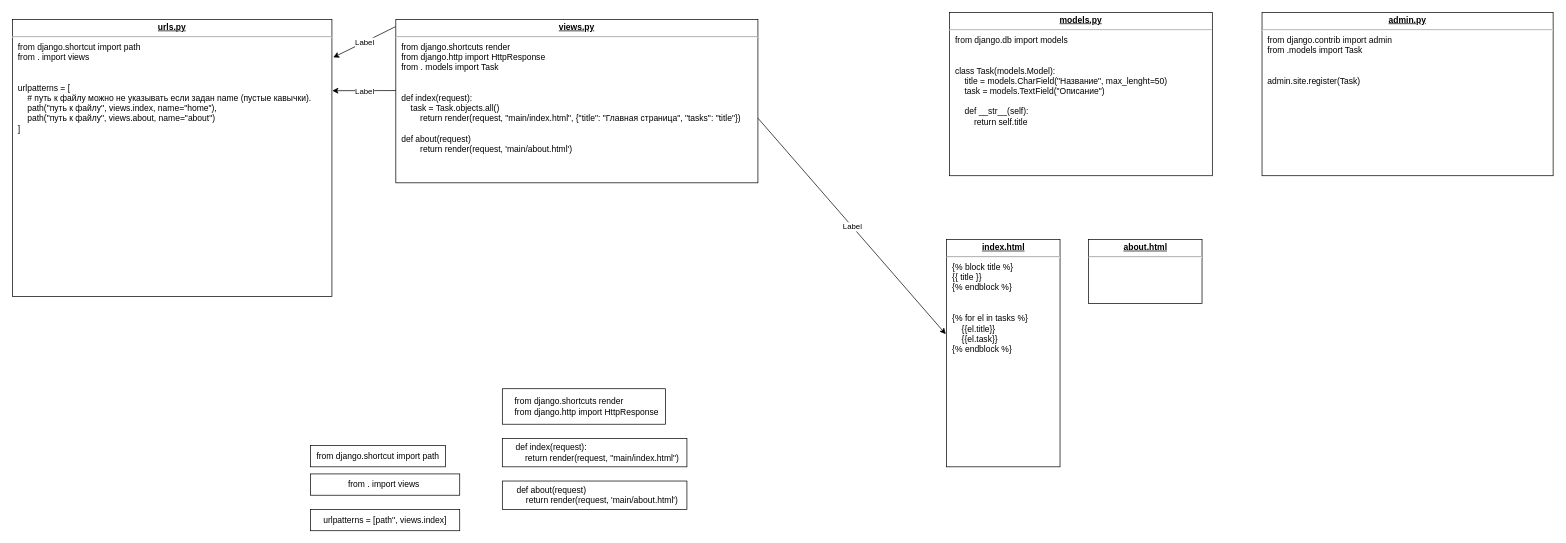
Above: django_sheme.drawio in lattecoff/django_website (draw.io), before the change. Source tidied: cells renumbered, new cells numbered last; positions are measured from the earlier drawing's top-left corner, leaving out a move shared by most shapes. Both pictures are drawn from the tidied source at 71%, with x=0, y=0 at pixel (12, 12).
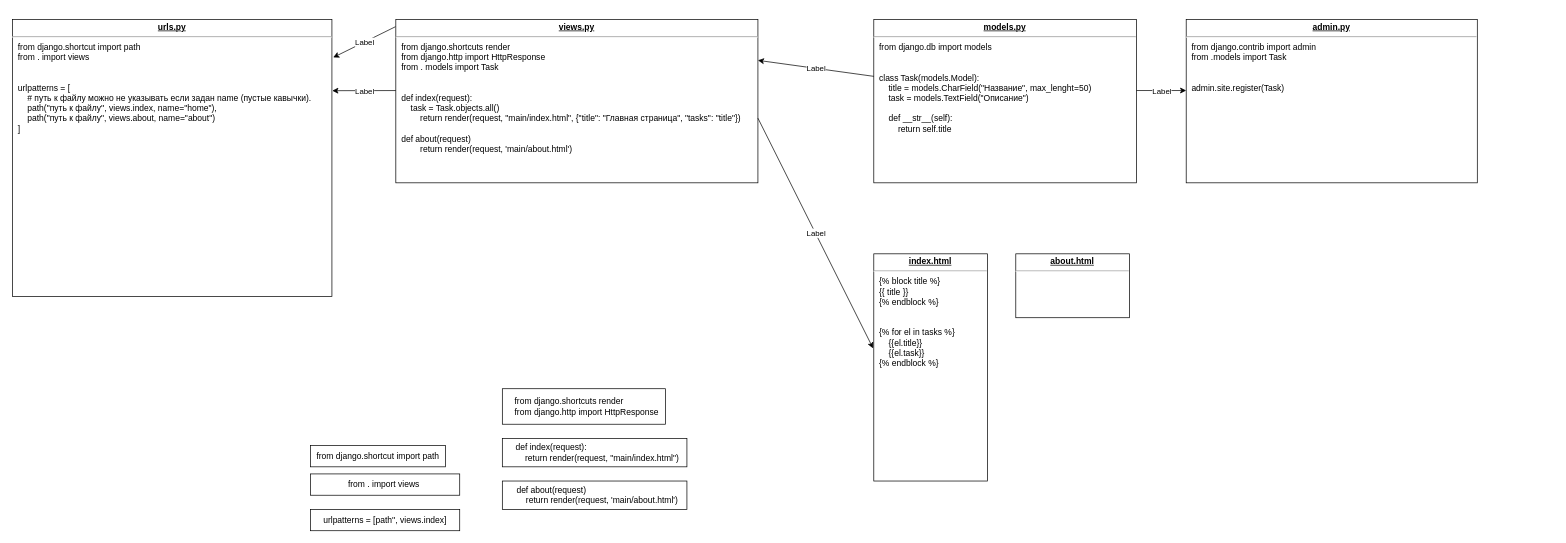
After the change.

Unchanged cells that the change refers to:
```xml
<mxCell id="3" value="&lt;p style=&quot;margin:0px;margin-top:4px;text-align:center;text-decoration:underline;&quot;&gt;&lt;b&gt;views.py&lt;/b&gt;&lt;/p&gt;&lt;hr&gt;&lt;p style=&quot;margin:0px;margin-left:8px;&quot;&gt;from django.shortcuts render&lt;/p&gt;&lt;p style=&quot;margin:0px;margin-left:8px;&quot;&gt;from django.http import HttpResponse&lt;/p&gt;&lt;p style=&quot;margin:0px;margin-left:8px;&quot;&gt;from . models import Task&lt;/p&gt;&lt;p style=&quot;margin:0px;margin-left:8px;&quot;&gt;&lt;br&gt;&lt;/p&gt;&lt;p style=&quot;margin:0px;margin-left:8px;&quot;&gt;&lt;br&gt;&lt;/p&gt;&lt;p style=&quot;margin:0px;margin-left:8px;&quot;&gt;def index(request):&lt;/p&gt;&lt;p style=&quot;margin:0px;margin-left:8px;&quot;&gt;&amp;nbsp; &amp;nbsp; task = Task.objects.all()&lt;/p&gt;&lt;p style=&quot;margin:0px;margin-left:8px;&quot;&gt;&lt;span style=&quot;white-space: pre;&quot;&gt;&#9;&lt;/span&gt;return render(request, &quot;main/index.html&quot;, {&quot;title&quot;: &quot;Главная страница&quot;, &quot;tasks&quot;: &quot;title&quot;})&lt;br&gt;&lt;/p&gt;&lt;p style=&quot;margin:0px;margin-left:8px;&quot;&gt;&lt;br&gt;&lt;/p&gt;&lt;p style=&quot;margin:0px;margin-left:8px;&quot;&gt;def about(request)&lt;/p&gt;&lt;p style=&quot;margin:0px;margin-left:8px;&quot;&gt;&lt;span style=&quot;white-space: pre;&quot;&gt;&#9;&lt;/span&gt;return render(request, 'main/about.html')&lt;br&gt;&lt;/p&gt;&lt;p style=&quot;margin:0px;margin-left:8px;&quot;&gt;&lt;br&gt;&lt;/p&gt;&lt;p style=&quot;margin:0px;margin-left:8px;&quot;&gt;&lt;br&gt;&lt;/p&gt;&lt;p style=&quot;margin:0px;margin-left:8px;&quot;&gt;&lt;br&gt;&lt;/p&gt;" style="verticalAlign=top;align=left;overflow=fill;fontSize=12;fontFamily=Helvetica;html=1;whiteSpace=wrap;" parent="1" vertex="1">
  <mxGeometry x="540" y="10" width="510" height="230" as="geometry" />
</mxCell>
```

Change to the diagram source:
```diff
@@
     <mxCell id="6" value="&lt;p style=&quot;margin:0px;margin-top:4px;text-align:center;text-decoration:underline;&quot;&gt;&lt;b&gt;index.html&lt;/b&gt;&lt;/p&gt;&lt;hr&gt;&lt;p style=&quot;margin:0px;margin-left:8px;&quot;&gt;{% block title %}&lt;/p&gt;&lt;p style=&quot;margin:0px;margin-left:8px;&quot;&gt;{{ title }}&lt;/p&gt;&lt;p style=&quot;margin:0px;margin-left:8px;&quot;&gt;{% endblock %}&lt;/p&gt;&lt;p style=&quot;margin:0px;margin-left:8px;&quot;&gt;&lt;br&gt;&lt;/p&gt;&lt;p style=&quot;margin:0px;margin-left:8px;&quot;&gt;&lt;br&gt;&lt;/p&gt;&lt;p style=&quot;margin:0px;margin-left:8px;&quot;&gt;{% for el in tasks %}&lt;/p&gt;&lt;p style=&quot;margin:0px;margin-left:8px;&quot;&gt;&lt;span style=&quot;background-color: initial;&quot;&gt;&amp;nbsp; &amp;nbsp; {{el.title}}&lt;/span&gt;&lt;br&gt;&lt;/p&gt;&lt;p style=&quot;margin:0px;margin-left:8px;&quot;&gt;&lt;span style=&quot;background-color: initial;&quot;&gt;&amp;nbsp; &amp;nbsp; {{el.task}}&lt;/span&gt;&lt;/p&gt;&lt;p style=&quot;margin:0px;margin-left:8px;&quot;&gt;{% endblock %}&lt;/p&gt;" style="verticalAlign=top;align=left;overflow=fill;fontSize=12;fontFamily=Helvetica;html=1;whiteSpace=wrap;" parent="1" vertex="1">
-      <mxGeometry x="1315.5" y="320" width="160" height="320" as="geometry" />
+      <mxGeometry x="1213.2" y="340" width="160" height="320" as="geometry" />
     </mxCell>
     <mxCell id="7" value="&lt;p style=&quot;margin:0px;margin-top:4px;text-align:center;text-decoration:underline;&quot;&gt;&lt;b&gt;about.html&lt;/b&gt;&lt;/p&gt;&lt;hr&gt;&lt;p style=&quot;margin:0px;margin-left:8px;&quot;&gt;&lt;br&gt;&lt;/p&gt;" style="verticalAlign=top;align=left;overflow=fill;fontSize=12;fontFamily=Helvetica;html=1;whiteSpace=wrap;" parent="1" vertex="1">
-      <mxGeometry x="1515.5" y="320" width="160" height="90" as="geometry" />
+      <mxGeometry x="1413.2" y="340" width="160" height="90" as="geometry" />
     </mxCell>
@@
     <mxCell id="16" value="&lt;p style=&quot;margin:0px;margin-top:4px;text-align:center;text-decoration:underline;&quot;&gt;&lt;b&gt;models.py&lt;/b&gt;&lt;/p&gt;&lt;hr&gt;&lt;p style=&quot;margin:0px;margin-left:8px;&quot;&gt;from django.db import models&lt;/p&gt;&lt;p style=&quot;margin:0px;margin-left:8px;&quot;&gt;&lt;br&gt;&lt;/p&gt;&lt;p style=&quot;margin:0px;margin-left:8px;&quot;&gt;&lt;br&gt;&lt;/p&gt;&lt;p style=&quot;margin:0px;margin-left:8px;&quot;&gt;class Task(models.Model):&lt;/p&gt;&lt;p style=&quot;margin:0px;margin-left:8px;&quot;&gt;&amp;nbsp; &amp;nbsp; title = models.CharField(&quot;Название&quot;, max_lenght=50)&lt;/p&gt;&lt;p style=&quot;margin:0px;margin-left:8px;&quot;&gt;&amp;nbsp; &amp;nbsp; task = models.TextField(&quot;Описание&quot;)&lt;/p&gt;&lt;p style=&quot;margin:0px;margin-left:8px;&quot;&gt;&lt;br&gt;&lt;/p&gt;&lt;p style=&quot;margin:0px;margin-left:8px;&quot;&gt;&amp;nbsp; &amp;nbsp; def __str__(self):&lt;/p&gt;&lt;p style=&quot;margin:0px;margin-left:8px;&quot;&gt;&amp;nbsp; &amp;nbsp; &amp;nbsp; &amp;nbsp; return self.title&lt;/p&gt;" style="verticalAlign=top;align=left;overflow=fill;fontSize=12;fontFamily=Helvetica;html=1;whiteSpace=wrap;" parent="1" vertex="1">
-      <mxGeometry x="1320" width="370" height="230" as="geometry" />
+      <mxGeometry x="1213.2" y="10" width="370" height="230" as="geometry" />
     </mxCell>
     <mxCell id="17" value="&lt;p style=&quot;margin:0px;margin-top:4px;text-align:center;text-decoration:underline;&quot;&gt;&lt;b&gt;admin.py&lt;/b&gt;&lt;/p&gt;&lt;hr&gt;&lt;p style=&quot;margin:0px;margin-left:8px;&quot;&gt;from django.contrib import admin&lt;/p&gt;&lt;p style=&quot;margin:0px;margin-left:8px;&quot;&gt;from .models import Task&lt;/p&gt;&lt;p style=&quot;margin:0px;margin-left:8px;&quot;&gt;&lt;br&gt;&lt;/p&gt;&lt;p style=&quot;margin:0px;margin-left:8px;&quot;&gt;&lt;br&gt;&lt;/p&gt;&lt;p style=&quot;margin:0px;margin-left:8px;&quot;&gt;admin.site.register(Task)&lt;/p&gt;" style="verticalAlign=top;align=left;overflow=fill;fontSize=12;fontFamily=Helvetica;html=1;whiteSpace=wrap;" parent="1" vertex="1">
-      <mxGeometry x="1760" width="410" height="230" as="geometry" />
+      <mxGeometry x="1653.2" y="10" width="410" height="230" as="geometry" />
     </mxCell>
@@
+    <mxCell id="20" style="endArrow=classic;html=1;rounded=0;" parent="1" edge="1">
+      <mxGeometry relative="1" as="geometry">
+        <mxPoint x="1583.2" y="110" as="sourcePoint" />
+        <mxPoint x="1653.2" y="110" as="targetPoint" />
+      </mxGeometry>
+    </mxCell>
+    <mxCell id="21" value="Label" style="edgeLabel;html=1;align=center;verticalAlign=middle;" parent="20" vertex="1">
+      <mxGeometry relative="1" as="geometry" />
+    </mxCell>
+    <mxCell id="22" style="endArrow=classic;html=1;rounded=0;exitX=0;exitY=0.348;exitDx=0;exitDy=0;exitPerimeter=0;entryX=1;entryY=0.25;entryDx=0;entryDy=0;" parent="1" edge="1" source="16" target="3">
+      <mxGeometry relative="1" as="geometry" />
+    </mxCell>
+    <mxCell id="23" value="Label" style="edgeLabel;html=1;align=center;verticalAlign=middle;" parent="22" vertex="1">
+      <mxGeometry relative="1" as="geometry" />
+    </mxCell>
```
